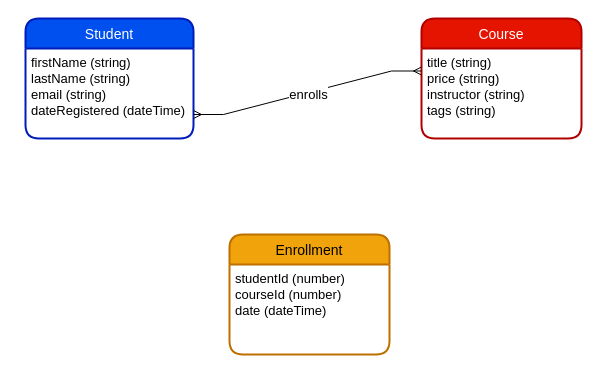
The draw.io diagram students-courses/Untitled Diagram.drawio in HusseinMoHu/ERD-Playground, before the edit. Source tidied: cells renumbered, new cells numbered last; positions are measured from the earlier drawing's top-left corner, leaving out a move shared by most shapes. Both pictures are drawn from the tidied source at 100%, with x=0, y=0 at pixel (25, 18).
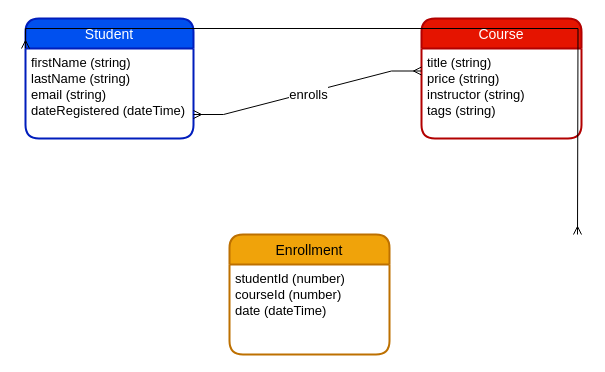
Above is the later version.

The edit, as a diff of the source:
```diff
@@
 <mxGraphModel>
   <root>
     <mxCell id="0" />
     <mxCell id="1" parent="0" />
     <mxCell id="2" value="Student" style="swimlane;horizontal=1;startSize=30;rounded=1;fontSize=14;fontStyle=0;strokeWidth=2;shadow=0;dashed=0;align=center;fillColor=#0050ef;fontColor=#ffffff;strokeColor=#001DBC;gradientColor=none;swimlaneFillColor=default;perimeterSpacing=0;" parent="1" vertex="1">
       <mxGeometry width="168" height="120" as="geometry" />
     </mxCell>
     <mxCell id="3" value="firstName (string)&#10;lastName (string)&#10;email (string)&#10;dateRegistered (dateTime)" style="align=left;strokeColor=none;fillColor=none;spacingLeft=4;fontSize=13;verticalAlign=top;" parent="2" vertex="1">
       <mxGeometry y="30" width="168" height="90" as="geometry" />
     </mxCell>
     <mxCell id="4" value="Course" style="swimlane;horizontal=1;startSize=30;rounded=1;fontSize=14;fontStyle=0;strokeWidth=2;shadow=0;dashed=0;align=center;fillColor=#e51400;fontColor=#ffffff;strokeColor=#B20000;swimlaneFillColor=default;" parent="1" vertex="1">
       <mxGeometry x="396" width="160" height="120" as="geometry" />
     </mxCell>
     <mxCell id="5" value="title (string)&#10;price (string)&#10;instructor (string)&#10;tags (string)" style="align=left;strokeColor=none;fillColor=none;spacingLeft=4;fontSize=13;verticalAlign=top;" parent="4" vertex="1">
       <mxGeometry y="30" width="160" height="90" as="geometry" />
     </mxCell>
     <mxCell id="6" style="edgeStyle=entityRelationEdgeStyle;fontSize=12;html=1;endArrow=ERmany;startArrow=ERmany;rounded=0;entryX=0;entryY=0.25;entryDx=0;entryDy=0;" parent="1" edge="1" target="5">
       <mxGeometry relative="1" as="geometry">
         <mxPoint x="168" y="96" as="sourcePoint" />
       </mxGeometry>
     </mxCell>
     <mxCell id="7" value="enrolls" style="edgeLabel;html=1;align=center;verticalAlign=middle;fontSize=13;" parent="6" vertex="1">
       <mxGeometry y="-1" relative="1" as="geometry" />
     </mxCell>
     <mxCell id="8" value="Enrollment" style="swimlane;horizontal=1;startSize=30;rounded=1;fontSize=14;fontStyle=0;strokeWidth=2;shadow=0;dashed=0;align=center;fillColor=#f0a30a;fontColor=#000000;strokeColor=#BD7000;" parent="1" vertex="1">
       <mxGeometry x="204" y="216" width="160" height="120" as="geometry" />
     </mxCell>
     <mxCell id="9" value="studentId (number)&#10;courseId (number)&#10;date (dateTime)&#10;" style="align=left;strokeColor=none;fillColor=none;spacingLeft=4;fontSize=13;verticalAlign=top;" parent="8" vertex="1">
       <mxGeometry y="30" width="160" height="90" as="geometry" />
     </mxCell>
+    <mxCell id="10" style="edgeStyle=orthogonalEdgeStyle;rounded=0;jettySize=auto;html=1;exitX=0;exitY=0;exitDx=0;exitDy=0;fontSize=13;startArrow=ERmany;startFill=0;endArrow=ERmany;endFill=0;" parent="1" edge="1" source="3">
+      <mxGeometry relative="1" as="geometry">
+        <mxPoint x="552" y="216" as="targetPoint" />
+      </mxGeometry>
+    </mxCell>
   </root>
 </mxGraphModel>
```
